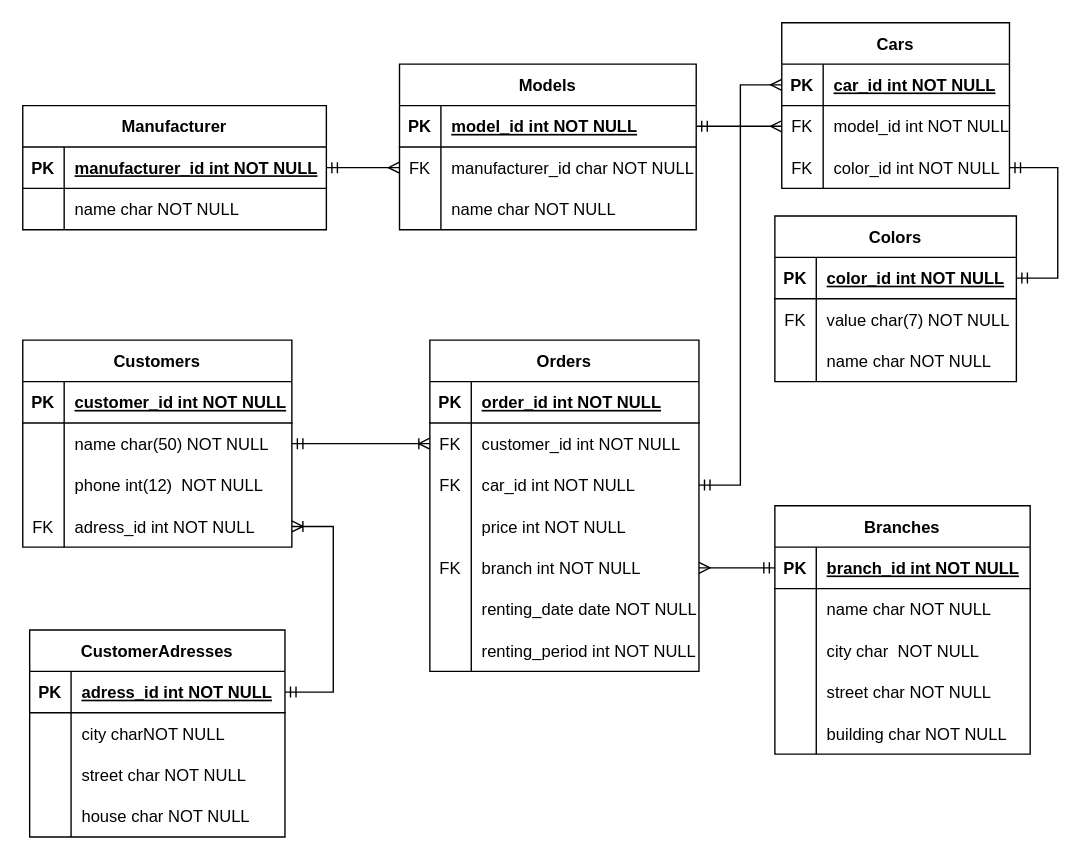
The draw.io diagram 03_databeses/12_er_diagram/DB_ER.drawio in Eretick/Nix_Education_Python_Stadnik, before the edit. Source tidied: cells renumbered, new cells numbered last; positions are measured from the earlier drawing's top-left corner, leaving out a move shared by most shapes. Both pictures are drawn from the tidied source at 138%, with x=0, y=0 at pixel (22, 22).
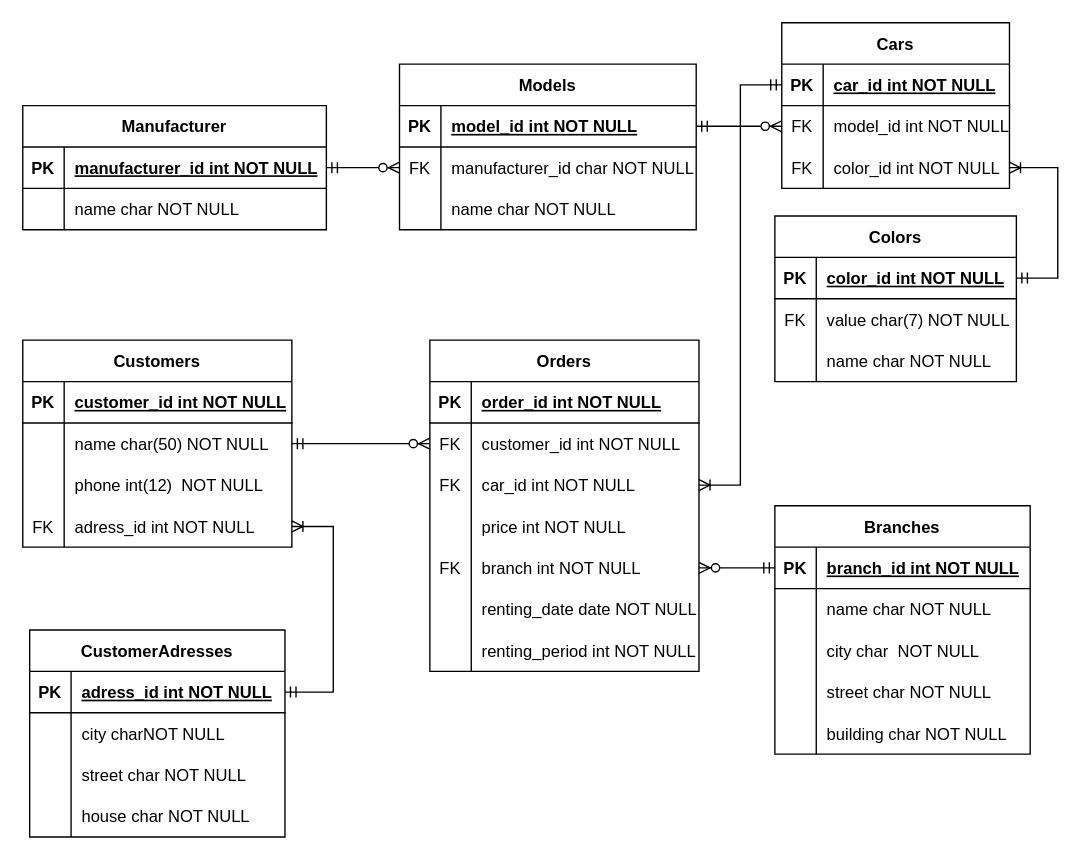
The same page after the edit.

The change refers to these unchanged cells:
```xml
<mxCell id="6" style="shape=partialRectangle;fillColor=none;points=[[0,0.5],[1,0.5]];portConstraint=eastwest;top=0;left=0;right=0;bottom=0;" parent="2" vertex="1">
  <mxGeometry y="60" width="195" height="30" as="geometry" />
</mxCell>
<mxCell id="9" style="shape=partialRectangle;fillColor=none;points=[[0,0.5],[1,0.5]];portConstraint=eastwest;top=0;left=0;right=0;bottom=0;" parent="2" vertex="1">
  <mxGeometry y="90" width="195" height="30" as="geometry" />
</mxCell>
<mxCell id="15" style="shape=partialRectangle;fillColor=none;points=[[0,0.5],[1,0.5]];portConstraint=eastwest;top=0;left=0;right=0;bottom=0;" parent="2" vertex="1">
  <mxGeometry y="150" width="195" height="30" as="geometry" />
</mxCell>
<mxCell id="25" style="shape=partialRectangle;fillColor=none;points=[[0,0.5],[1,0.5]];portConstraint=eastwest;top=0;left=0;right=0;bottom=1;" parent="24" vertex="1">
  <mxGeometry y="30" width="165" height="30" as="geometry" />
</mxCell>
<mxCell id="28" style="shape=partialRectangle;fillColor=none;points=[[0,0.5],[1,0.5]];portConstraint=eastwest;top=0;left=0;right=0;bottom=0;" parent="24" vertex="1">
  <mxGeometry y="60" width="165" height="30" as="geometry" />
</mxCell>
<mxCell id="31" style="shape=partialRectangle;fillColor=none;points=[[0,0.5],[1,0.5]];portConstraint=eastwest;top=0;left=0;right=0;bottom=0;" parent="24" vertex="1">
  <mxGeometry y="90" width="165" height="30" as="geometry" />
</mxCell>
<mxCell id="34" value="Customers" style="shape=table;startSize=30;childLayout=tableLayout;rowLines=0;fontStyle=1;align=center;" parent="1" vertex="1">
  <mxGeometry y="230" width="195" height="150" as="geometry" />
</mxCell>
<mxCell id="48" style="shape=partialRectangle;fillColor=none;points=[[0,0.5],[1,0.5]];portConstraint=eastwest;top=0;left=0;right=0;bottom=1;" parent="47" vertex="1">
  <mxGeometry y="30" width="185" height="30" as="geometry" />
</mxCell>
<mxCell id="77" style="shape=partialRectangle;fillColor=none;points=[[0,0.5],[1,0.5]];portConstraint=eastwest;top=0;left=0;right=0;bottom=1;" parent="76" vertex="1">
  <mxGeometry y="30" width="175" height="30" as="geometry" />
</mxCell>
<mxCell id="87" style="shape=partialRectangle;fillColor=none;points=[[0,0.5],[1,0.5]];portConstraint=eastwest;top=0;left=0;right=0;bottom=1;" parent="86" vertex="1">
  <mxGeometry y="30" width="215" height="30" as="geometry" />
</mxCell>
<mxCell id="90" style="shape=partialRectangle;fillColor=none;points=[[0,0.5],[1,0.5]];portConstraint=eastwest;top=0;left=0;right=0;bottom=0;" parent="86" vertex="1">
  <mxGeometry y="60" width="215" height="30" as="geometry" />
</mxCell>
<mxCell id="97" style="shape=partialRectangle;fillColor=none;points=[[0,0.5],[1,0.5]];portConstraint=eastwest;top=0;left=0;right=0;bottom=1;" parent="96" vertex="1">
  <mxGeometry y="30" width="220" height="30" as="geometry" />
</mxCell>
```

The edit, as a diff of the source:
```diff
@@
-    <mxCell id="103" style="edgeStyle=entityRelationEdgeStyle;fontSize=12;html=1;endArrow=ERmandOne;startArrow=ERmandOne;rounded=0;endFill=0;" parent="1" edge="1" source="31" target="77">
+    <mxCell id="103" style="edgeStyle=entityRelationEdgeStyle;fontSize=12;html=1;endArrow=ERmandOne;startArrow=ERoneToMany;rounded=0;endFill=0;startFill=0;" parent="1" edge="1" source="31" target="77">
       <mxGeometry relative="1" as="geometry" />
     </mxCell>
-    <mxCell id="104" style="edgeStyle=entityRelationEdgeStyle;fontSize=12;html=1;endArrow=ERmany;startArrow=ERmandOne;rounded=0;endFill=0;" parent="1" edge="1" source="97" target="90">
+    <mxCell id="104" style="edgeStyle=entityRelationEdgeStyle;fontSize=12;html=1;endArrow=ERzeroToMany;startArrow=ERmandOne;rounded=0;endFill=1;" parent="1" edge="1" source="97" target="90">
       <mxGeometry relative="1" as="geometry" />
     </mxCell>
-    <mxCell id="105" style="edgeStyle=entityRelationEdgeStyle;fontSize=12;html=1;endArrow=ERmany;startArrow=ERmandOne;rounded=0;endFill=0;" parent="1" edge="1" source="9" target="25">
+    <mxCell id="105" style="edgeStyle=entityRelationEdgeStyle;fontSize=12;html=1;endArrow=ERmandOne;startArrow=ERoneToMany;rounded=0;endFill=0;startFill=0;" parent="1" edge="1" source="9" target="25">
       <mxGeometry relative="1" as="geometry" />
     </mxCell>
-    <mxCell id="106" style="edgeStyle=entityRelationEdgeStyle;fontSize=12;html=1;endArrow=ERmany;startArrow=ERmandOne;rounded=0;endFill=0;" parent="1" edge="1" source="48" target="15">
+    <mxCell id="106" style="edgeStyle=entityRelationEdgeStyle;fontSize=12;html=1;endArrow=ERzeroToMany;startArrow=ERmandOne;rounded=0;endFill=1;" parent="1" edge="1" source="48" target="15">
       <mxGeometry relative="1" as="geometry" />
     </mxCell>
-    <mxCell id="107" style="edgeStyle=entityRelationEdgeStyle;fontSize=12;html=1;endArrow=ERoneToMany;startArrow=ERmandOne;rounded=0;endFill=0;" parent="1" edge="1" source="34" target="6">
+    <mxCell id="107" style="edgeStyle=entityRelationEdgeStyle;fontSize=12;html=1;endArrow=ERzeroToMany;startArrow=ERmandOne;rounded=0;endFill=1;" parent="1" edge="1" source="34" target="6">
       <mxGeometry relative="1" as="geometry" />
     </mxCell>
@@
-    <mxCell id="109" style="edgeStyle=entityRelationEdgeStyle;fontSize=12;html=1;endArrow=ERmany;startArrow=ERmandOne;rounded=0;endFill=0;" parent="1" edge="1" source="87" target="28">
+    <mxCell id="109" style="edgeStyle=entityRelationEdgeStyle;fontSize=12;html=1;endArrow=ERzeroToMany;startArrow=ERmandOne;rounded=0;endFill=1;" parent="1" edge="1" source="87" target="28">
       <mxGeometry relative="1" as="geometry" />
     </mxCell>
```
